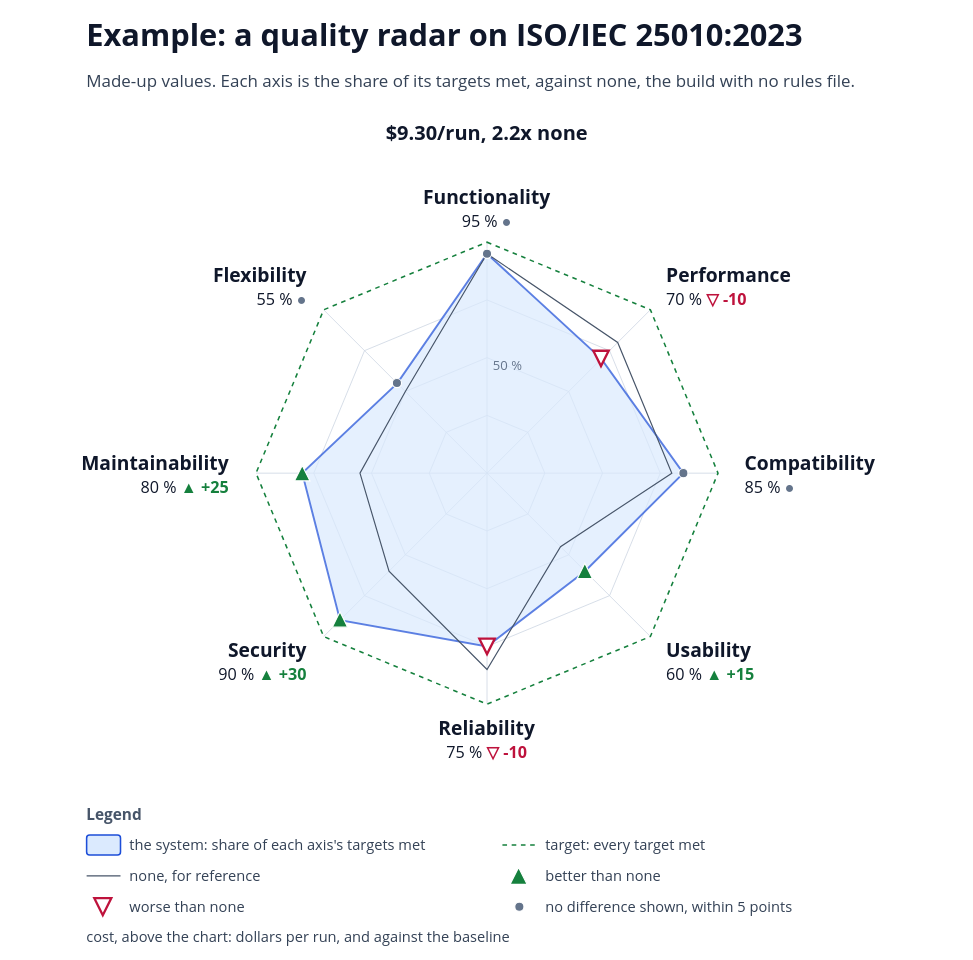
Before: docs/diagrams/iso-radar-example.drawio in solid-ai-dev/solid-ai-benchmark, a draw.io diagram. Source tidied: cells renumbered, new cells numbered last; positions are measured from the earlier drawing's top-left corner, leaving out a move shared by most shapes. Both pictures are drawn from the tidied source at 77%, with x=0, y=0 at pixel (13, 14).
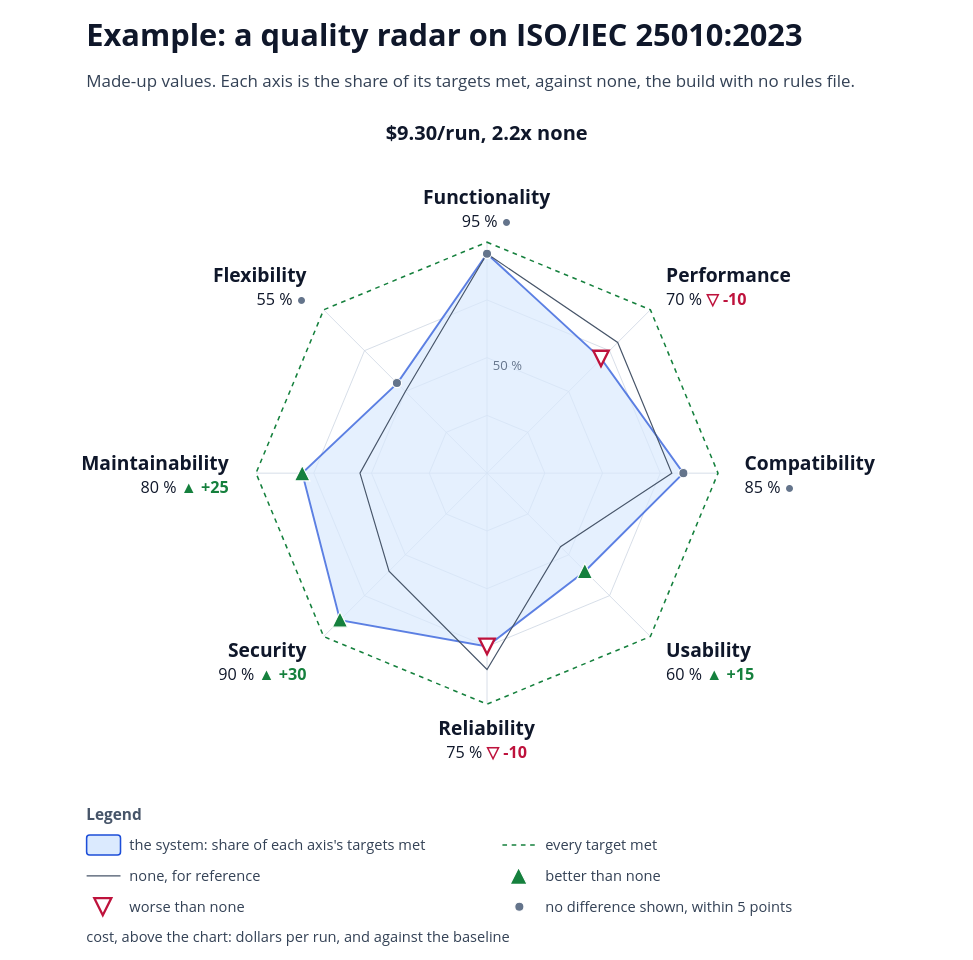
The same page after the edit.

Commit message (it also covers changes not shown here):
docs(spikes): say the target once in the example radar's legend

Claude-Session: https://claude.ai/code/session_01DpT5xPFWEQr1bipxbbKBRF

The edit, as a diff of the source:
```diff
@@
-    <mxCell id="40" value="target: every target met" style="text;html=1;whiteSpace=wrap;strokeColor=none;fillColor=none;align=left;verticalAlign=middle;fontFamily=Segoe UI;fontSize=19;fontColor=#334155;fontStyle=0;spacing=0;" parent="1" vertex="1">
+    <mxCell id="40" value="every target met" style="text;html=1;whiteSpace=wrap;strokeColor=none;fillColor=none;align=left;verticalAlign=middle;fontFamily=Segoe UI;fontSize=19;fontColor=#334155;fontStyle=0;spacing=0;" parent="1" vertex="1">
       <mxGeometry x="691" y="1066" width="470" height="26" as="geometry" />
     </mxCell>
```
